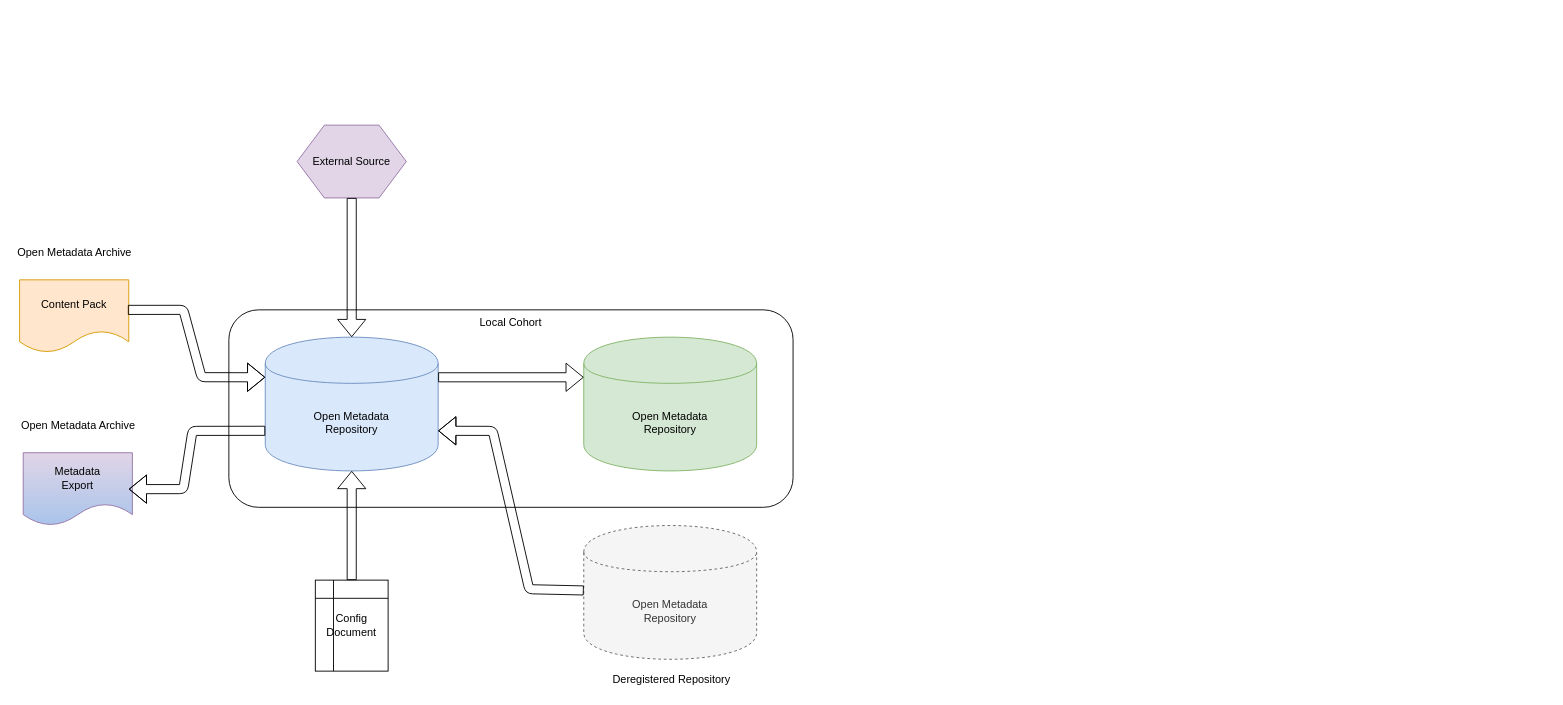
odpi/egeria-docs keeps this draw.io diagram as page "diagram" (6 of 10) of site/docs/features/metadata-provenance/metadata-provenance.drawio. Above is the earlier version. Source tidied: cells renumbered, new cells numbered last; positions are measured from the earlier drawing's top-left corner, leaving out a move shared by most shapes. Both pictures are drawn from the tidied source at 91%, with x=0, y=0 at pixel (15, 125).
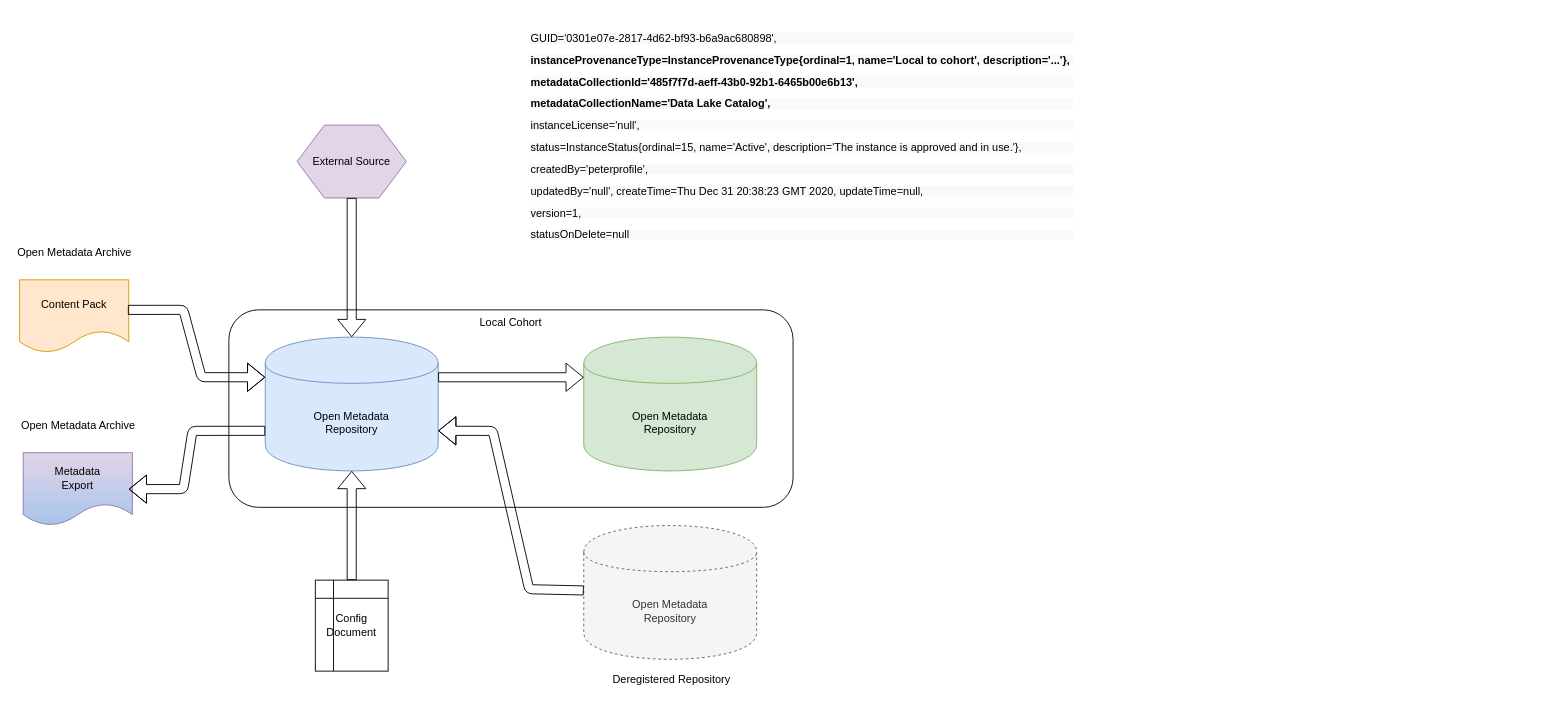
After the change.

What changed in the source:
```diff
@@
+    <mxCell id="19" value="&lt;p class=&quot;p1&quot;&gt;&lt;br&gt;&lt;/p&gt;" style="text;whiteSpace=wrap;html=1;fontSize=12;" parent="1" vertex="1">
+      <mxGeometry x="524" y="-50" width="550" height="170" as="geometry" />
+    </mxCell>
+    <mxCell id="20" value="&lt;p class=&quot;p1&quot; style=&quot;color: rgb(0 , 0 , 0) ; font-family: &amp;#34;helvetica&amp;#34; ; font-size: 12px ; font-style: normal ; font-weight: 400 ; letter-spacing: normal ; text-align: left ; text-indent: 0px ; text-transform: none ; word-spacing: 0px ; background-color: rgb(248 , 249 , 250) ; line-height: 1&quot;&gt;GUID='0301e07e-2817-4d62-bf93-b6a9ac680898',&amp;nbsp;&lt;/p&gt;&lt;p class=&quot;p1&quot; style=&quot;color: rgb(0 , 0 , 0) ; font-family: &amp;#34;helvetica&amp;#34; ; font-size: 12px ; font-style: normal ; letter-spacing: normal ; text-align: left ; text-indent: 0px ; text-transform: none ; word-spacing: 0px ; background-color: rgb(248 , 249 , 250) ; line-height: 1&quot;&gt;&lt;b&gt;instanceProvenanceType=InstanceProvenanceType{ordinal=1, name='Local to cohort', description='...'},&amp;nbsp;&lt;/b&gt;&lt;/p&gt;&lt;p class=&quot;p1&quot; style=&quot;color: rgb(0 , 0 , 0) ; font-family: &amp;#34;helvetica&amp;#34; ; font-size: 12px ; font-style: normal ; letter-spacing: normal ; text-align: left ; text-indent: 0px ; text-transform: none ; word-spacing: 0px ; background-color: rgb(248 , 249 , 250) ; line-height: 1&quot;&gt;&lt;b&gt;metadataCollectionId='485f7f7d-aeff-43b0-92b1-6465b00e6b13',&amp;nbsp;&lt;/b&gt;&lt;/p&gt;&lt;p class=&quot;p1&quot; style=&quot;color: rgb(0 , 0 , 0) ; font-family: &amp;#34;helvetica&amp;#34; ; font-size: 12px ; font-style: normal ; letter-spacing: normal ; text-align: left ; text-indent: 0px ; text-transform: none ; word-spacing: 0px ; background-color: rgb(248 , 249 , 250) ; line-height: 1&quot;&gt;&lt;b&gt;metadataCollectionName='Data Lake Catalog',&amp;nbsp;&lt;/b&gt;&lt;/p&gt;&lt;p class=&quot;p1&quot; style=&quot;color: rgb(0 , 0 , 0) ; font-family: &amp;#34;helvetica&amp;#34; ; font-size: 12px ; font-style: normal ; font-weight: 400 ; letter-spacing: normal ; text-align: left ; text-indent: 0px ; text-transform: none ; word-spacing: 0px ; background-color: rgb(248 , 249 , 250) ; line-height: 1&quot;&gt;instanceLicense='null',&amp;nbsp;&lt;/p&gt;&lt;p class=&quot;p1&quot; style=&quot;color: rgb(0 , 0 , 0) ; font-family: &amp;#34;helvetica&amp;#34; ; font-size: 12px ; font-style: normal ; font-weight: 400 ; letter-spacing: normal ; text-align: left ; text-indent: 0px ; text-transform: none ; word-spacing: 0px ; background-color: rgb(248 , 249 , 250) ; line-height: 1&quot;&gt;status=InstanceStatus{ordinal=15, name='Active', description='The instance is approved and in use.'},&amp;nbsp;&lt;/p&gt;&lt;p class=&quot;p1&quot; style=&quot;color: rgb(0 , 0 , 0) ; font-family: &amp;#34;helvetica&amp;#34; ; font-size: 12px ; font-style: normal ; font-weight: 400 ; letter-spacing: normal ; text-align: left ; text-indent: 0px ; text-transform: none ; word-spacing: 0px ; background-color: rgb(248 , 249 , 250) ; line-height: 1&quot;&gt;createdBy='peterprofile',&amp;nbsp;&lt;/p&gt;&lt;p class=&quot;p1&quot; style=&quot;color: rgb(0 , 0 , 0) ; font-family: &amp;#34;helvetica&amp;#34; ; font-size: 12px ; font-style: normal ; font-weight: 400 ; letter-spacing: normal ; text-align: left ; text-indent: 0px ; text-transform: none ; word-spacing: 0px ; background-color: rgb(248 , 249 , 250) ; line-height: 1&quot;&gt;updatedBy='null', createTime=Thu Dec 31 20:38:23 GMT 2020, updateTime=null,&amp;nbsp;&lt;/p&gt;&lt;p class=&quot;p1&quot; style=&quot;color: rgb(0 , 0 , 0) ; font-family: &amp;#34;helvetica&amp;#34; ; font-size: 12px ; font-style: normal ; font-weight: 400 ; letter-spacing: normal ; text-align: left ; text-indent: 0px ; text-transform: none ; word-spacing: 0px ; background-color: rgb(248 , 249 , 250) ; line-height: 1&quot;&gt;version=1,&amp;nbsp;&lt;/p&gt;&lt;p class=&quot;p1&quot; style=&quot;color: rgb(0 , 0 , 0) ; font-family: &amp;#34;helvetica&amp;#34; ; font-size: 12px ; font-style: normal ; font-weight: 400 ; letter-spacing: normal ; text-align: left ; text-indent: 0px ; text-transform: none ; word-spacing: 0px ; background-color: rgb(248 , 249 , 250) ; line-height: 1&quot;&gt;statusOnDelete=null&lt;/p&gt;" style="text;whiteSpace=wrap;html=1;fontSize=12;" parent="1" vertex="1">
+      <mxGeometry x="564" y="-120" width="1120" height="220" as="geometry" />
+    </mxCell>
```
